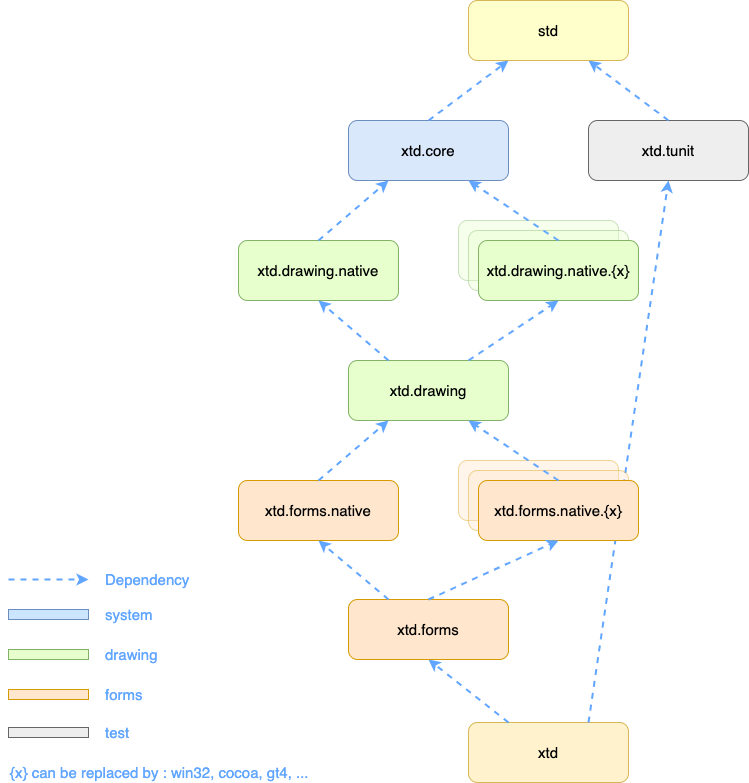
The draw.io diagram docs/pictures/hierarchy.png in gammasoft71/xtd, before a commit. Source tidied: cells renumbered, new cells last; positions are measured from the earlier drawing's top-left corner, leaving out a move shared by most shapes.
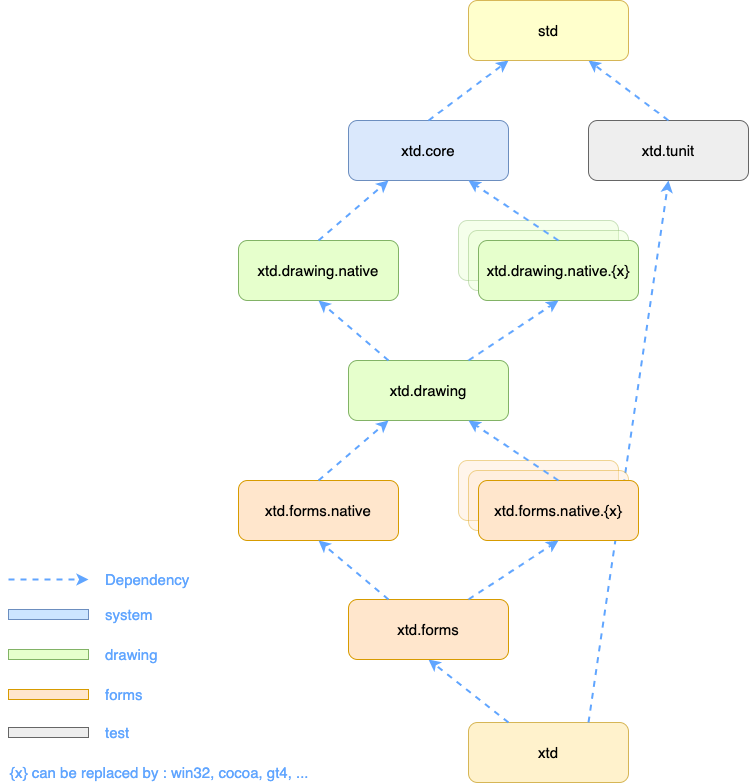
Above is the later version.

Diff of the diagram source:
```diff
@@ -77,7 +77,7 @@
     <mxCell id="25" value="xtd.forms.native.{x}" style="rounded=1;whiteSpace=wrap;html=1;fillColor=#FFE6CC;strokeColor=#d79b00;fontSize=15;" parent="1" vertex="1">
       <mxGeometry x="470" y="480" width="160" height="60" as="geometry" />
     </mxCell>
-    <mxCell id="26" style="endArrow=classic;dashed=1;html=1;entryX=0.5;entryY=1;exitX=0.5;exitY=0;endFill=1;fontSize=15;entryDx=0;entryDy=0;exitDx=0;exitDy=0;strokeColor=#60A5FF;strokeWidth=2;" parent="1" edge="1" source="23" target="25">
+    <mxCell id="26" style="endArrow=classic;dashed=1;html=1;entryX=0.5;entryY=1;exitX=0.75;exitY=0;endFill=1;fontSize=15;entryDx=0;entryDy=0;exitDx=0;exitDy=0;strokeColor=#60A5FF;strokeWidth=2;" parent="1" edge="1" source="23" target="25">
       <mxGeometry relative="1" as="geometry" />
     </mxCell>
     <mxCell id="27" style="endArrow=classic;dashed=1;html=1;entryX=0.5;entryY=1;exitX=0.25;exitY=0;endFill=1;fontSize=15;entryDx=0;entryDy=0;exitDx=0;exitDy=0;strokeColor=#60A5FF;strokeWidth=2;" parent="1" edge="1" source="23" target="22">
```
